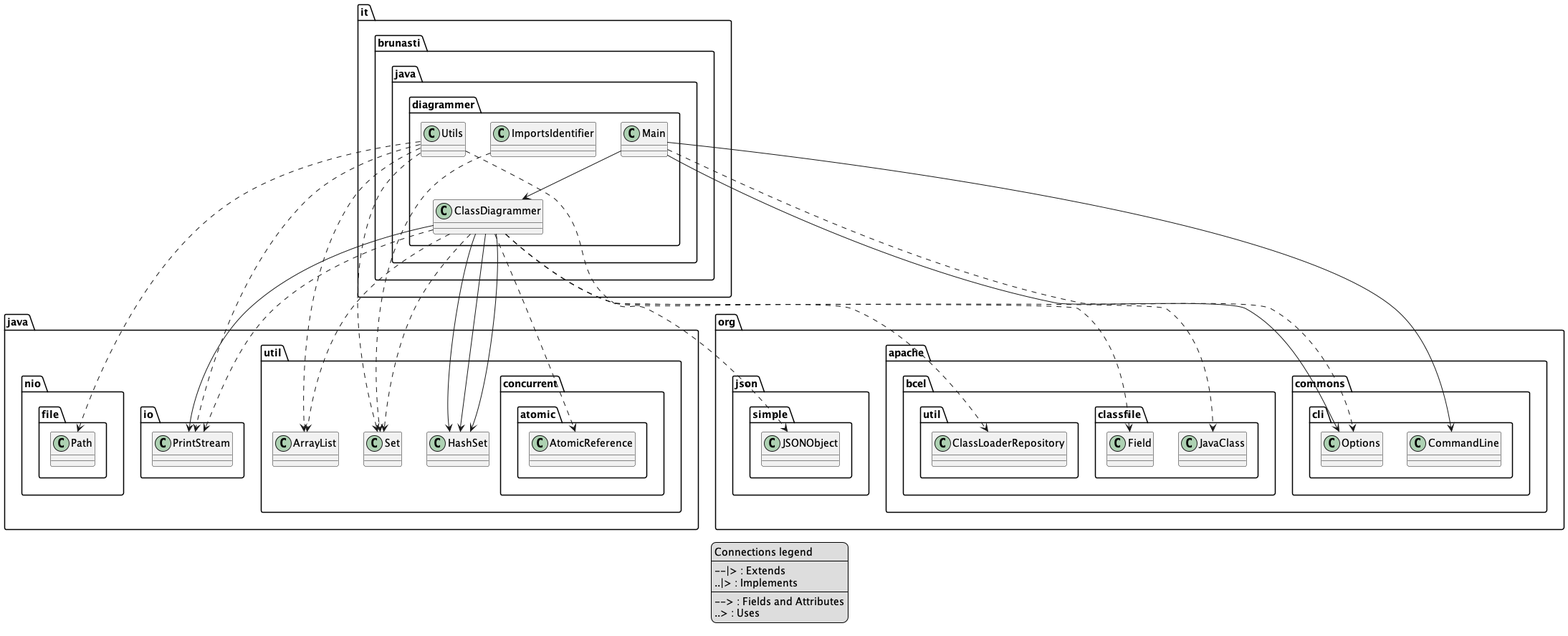
The PlantUML diagram temp/output.png in brunasti/java-diagrammer, before a commit.
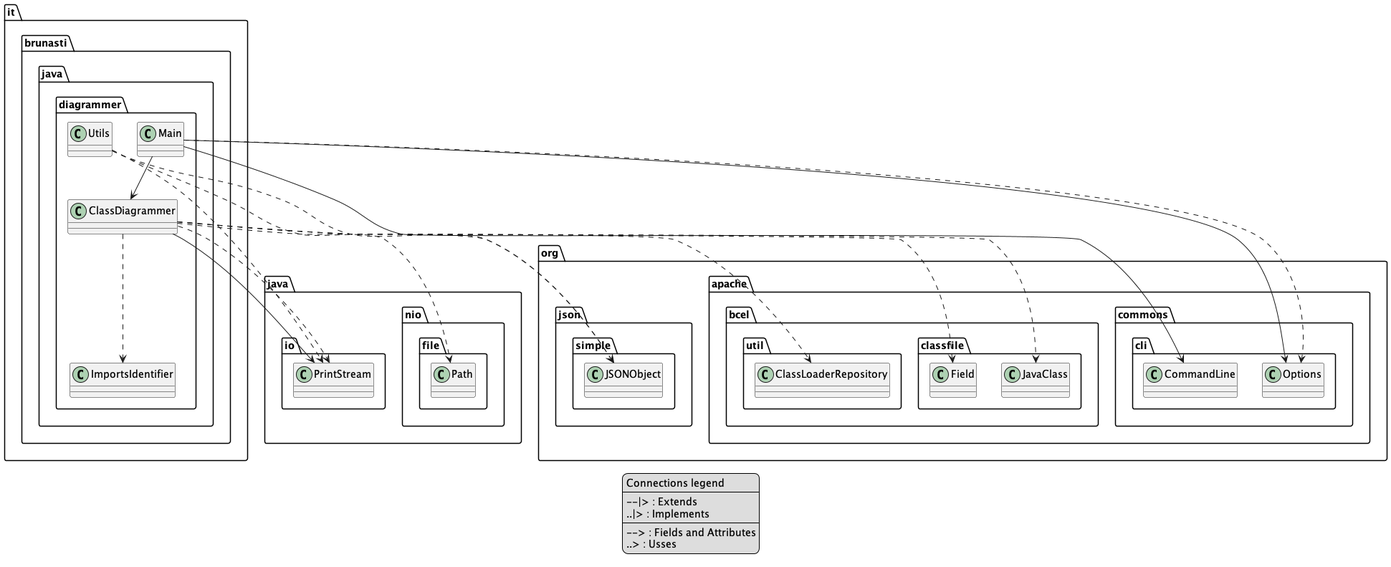
After the change.

Commit message:
Test how to plot the diagram

Diff of the diagram source:
```diff
@@ -7,7 +7,7 @@
 ..|> : Implements
 ----
 --> : Fields and Attributes
-..> : Uses
+..> : Usses
 end legend
 
 
@@ -20,27 +20,21 @@
 
 
 it.brunasti.java.diagrammer.ClassDiagrammer --> java.io.PrintStream
-it.brunasti.java.diagrammer.ClassDiagrammer --> java.util.HashSet
-it.brunasti.java.diagrammer.ClassDiagrammer --> java.util.HashSet
-it.brunasti.java.diagrammer.ClassDiagrammer --> java.util.HashSet
 it.brunasti.java.diagrammer.Main --> org.apache.commons.cli.CommandLine
 it.brunasti.java.diagrammer.Main --> it.brunasti.java.diagrammer.ClassDiagrammer
 it.brunasti.java.diagrammer.Main --> org.apache.commons.cli.Options
 
 it.brunasti.java.diagrammer.ClassDiagrammer ..> java.io.PrintStream
-it.brunasti.java.diagrammer.ClassDiagrammer ..> java.util.Set
+it.brunasti.java.diagrammer.ClassDiagrammer ..> org.json.simple.JSONObject
 it.brunasti.java.diagrammer.ClassDiagrammer ..> org.apache.bcel.classfile.JavaClass
 it.brunasti.java.diagrammer.ClassDiagrammer ..> org.apache.bcel.classfile.Field
-it.brunasti.java.diagrammer.ClassDiagrammer ..> java.util.ArrayList
 it.brunasti.java.diagrammer.ClassDiagrammer ..> org.apache.bcel.util.ClassLoaderRepository
-it.brunasti.java.diagrammer.ClassDiagrammer ..> java.util.concurrent.atomic.AtomicReference
+it.brunasti.java.diagrammer.ClassDiagrammer ..> it.brunasti.java.diagrammer.ImportsIdentifier
 it.brunasti.java.diagrammer.Utils ..> java.io.PrintStream
-it.brunasti.java.diagrammer.Utils ..> java.util.ArrayList
-it.brunasti.java.diagrammer.Utils ..> java.util.Set
 it.brunasti.java.diagrammer.Utils ..> org.json.simple.JSONObject
 it.brunasti.java.diagrammer.Utils ..> java.nio.file.Path
 it.brunasti.java.diagrammer.Main ..> org.apache.commons.cli.Options
-it.brunasti.java.diagrammer.ImportsIdentifier ..> java.util.Set
+
 
 
 @enduml
```
